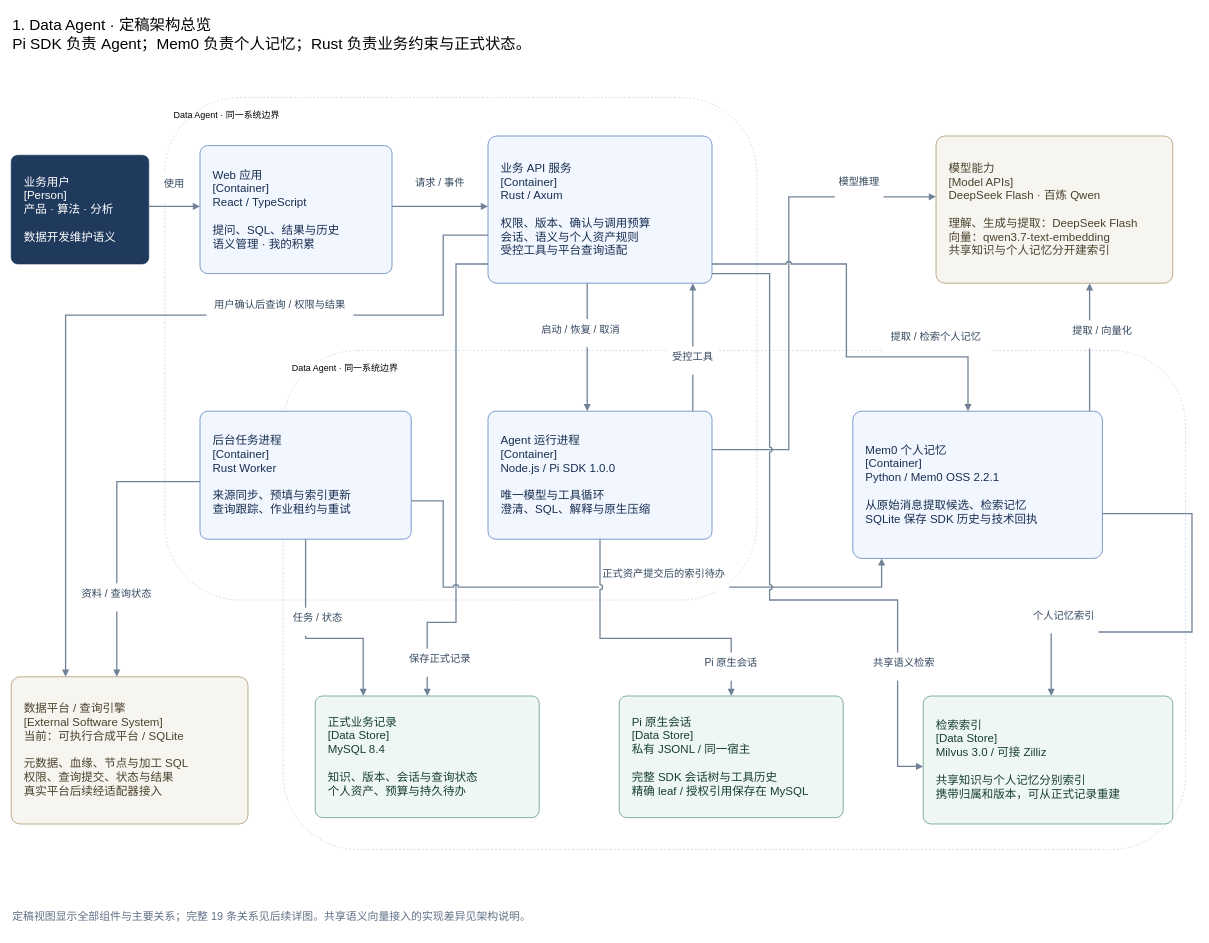
The draw.io diagram page "Data Agent · 定稿架构总览" (1 of 4) of docs/architecture/data-agent-c4-container.drawio in yaoziyaoguai/data_agent, before the edit. Source tidied: cells renumbered, new cells numbered last; positions are measured from the earlier drawing's top-left corner, leaving out a move shared by most shapes. Both pictures are drawn from the tidied source at 64%, with x=0, y=0 at pixel (11, 11).
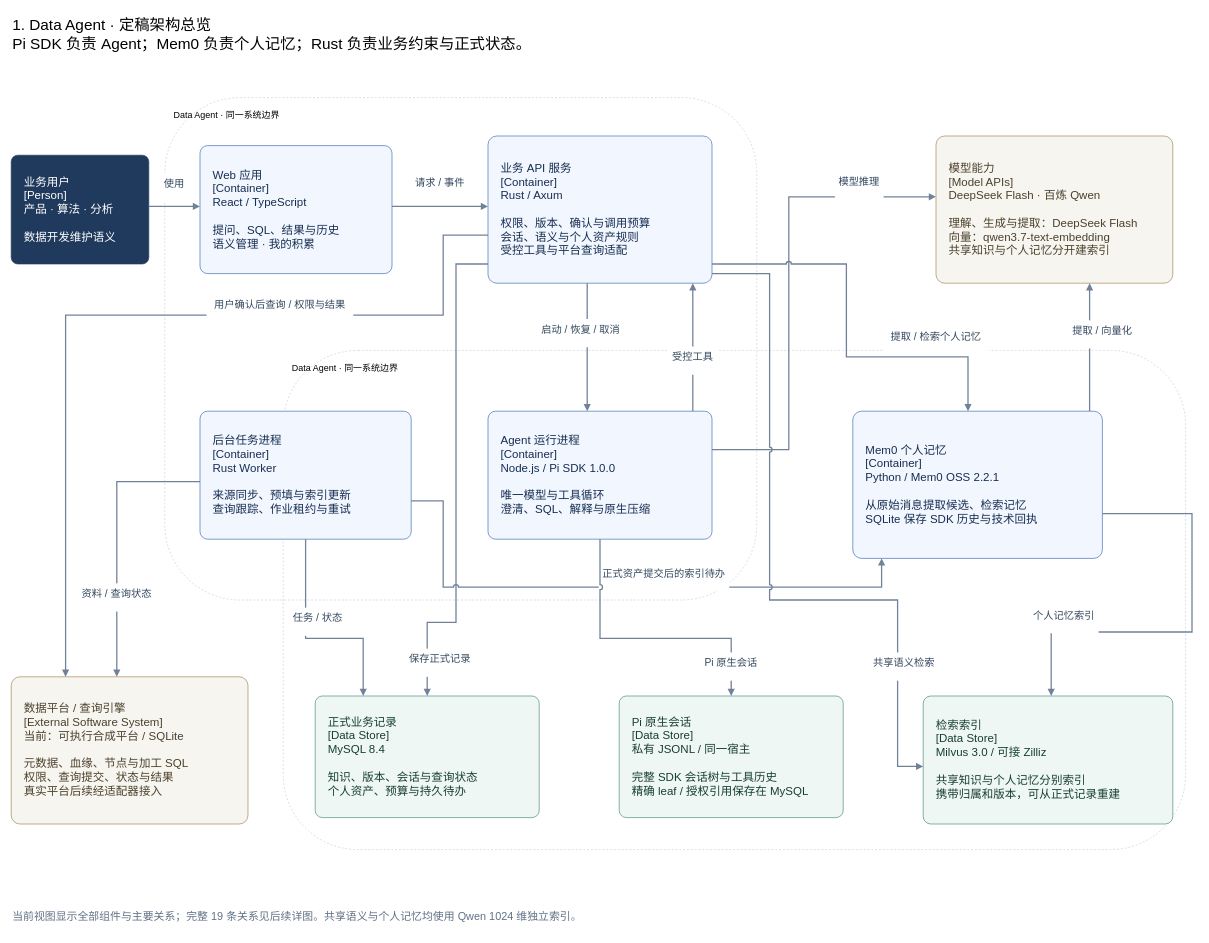
After the change.

The edit, as a diff of the source:
```diff
@@
-    <mxCell id="46" value="定稿视图显示全部组件与主要关系；完整 19 条关系见后续详图。共享语义向量接入的实现差异见架构说明。" style="text;html=0;align=left;fontSize=17;fontColor=#607086;fontFamily=PingFang SC;" parent="1" vertex="1">
+    <mxCell id="46" value="当前视图显示全部组件与主要关系；完整 19 条关系见后续详图。共享语义与个人记忆均使用 Qwen 1024 维独立索引。" style="text;html=0;align=left;fontSize=17;fontColor=#607086;fontFamily=PingFang SC;" parent="1" vertex="1">
       <mxGeometry y="1398" width="1830" height="42" as="geometry" />
     </mxCell>
```
